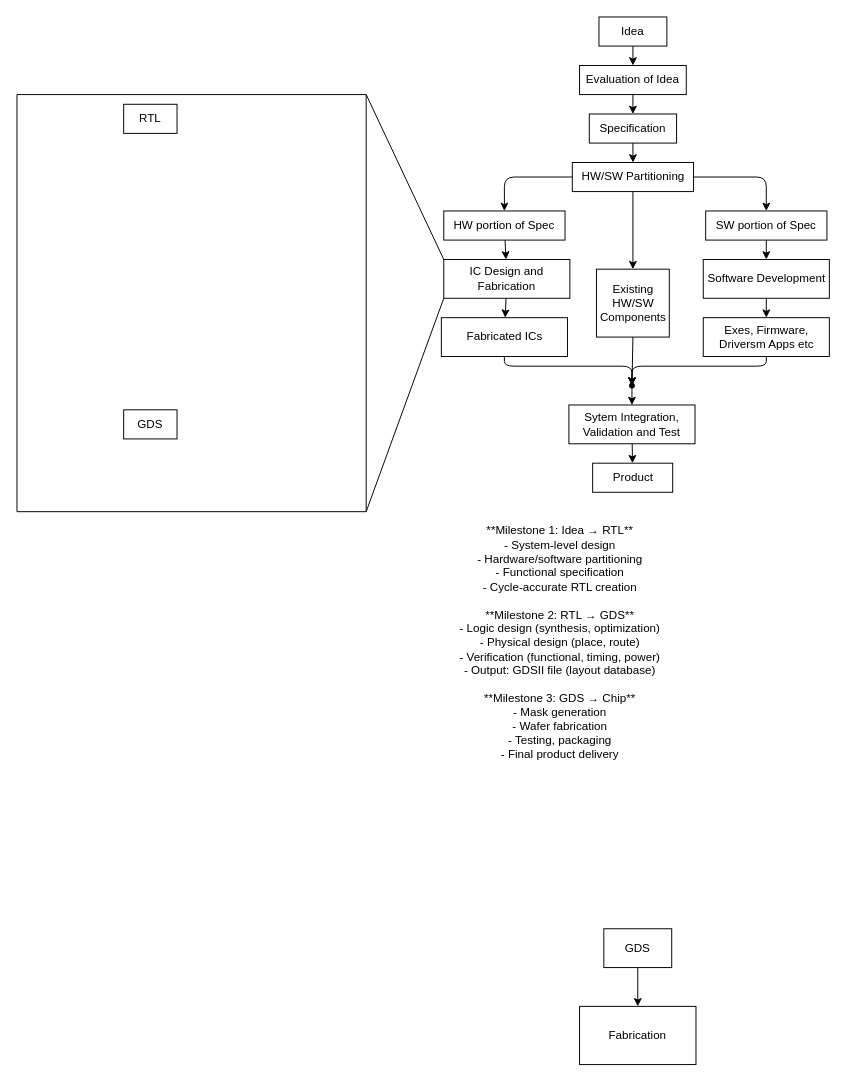
Earlier version of the draw.io diagram notes/VLSI/assets/diagrams/vlsi-flow.drawio (sanka-p/comp-architecture). Source tidied: cells renumbered, new cells numbered last; positions are measured from the earlier drawing's top-left corner, leaving out a move shared by most shapes. Both pictures are drawn from the tidied source at 97%, with x=0, y=0 at pixel (16, 16).
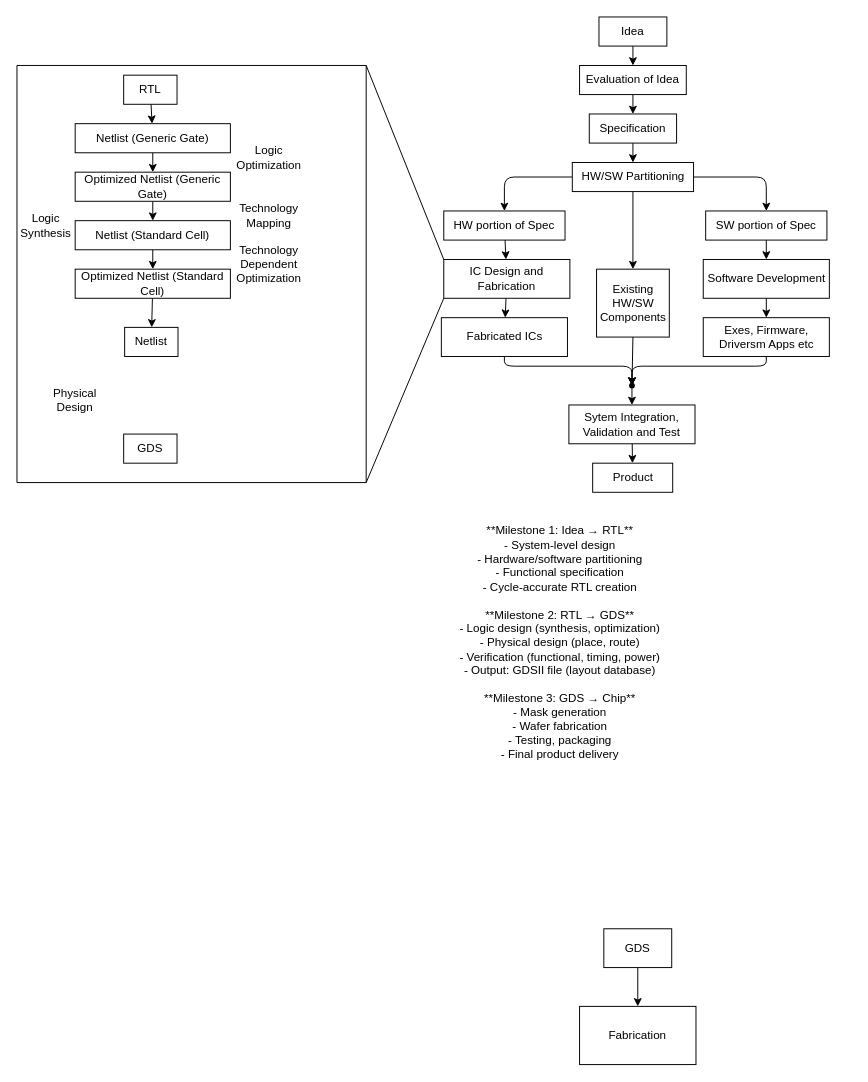
The same diagram, later.

The change refers to these unchanged cells:
```xml
<mxCell id="38" value="RTL" style="rounded=0;whiteSpace=wrap;html=1;" parent="37" vertex="1">
  <mxGeometry x="110" y="10" width="55" height="30" as="geometry" />
</mxCell>
```

The edit, as a diff of the source:
```diff
@@
     <mxCell id="37" style="swimlane;startSize=0;" parent="1" vertex="1">
-      <mxGeometry y="80" width="360" height="430" as="geometry" />
+      <mxGeometry y="50" width="360" height="430" as="geometry" />
     </mxCell>
+    <mxCell id="40" style="edgeStyle=none;html=1;" parent="37" edge="1" source="38" target="44">
+      <mxGeometry relative="1" as="geometry" />
+    </mxCell>
@@
     <mxCell id="39" value="GDS" style="rounded=0;whiteSpace=wrap;html=1;" parent="37" vertex="1">
-      <mxGeometry x="110" y="325" width="55" height="30" as="geometry" />
+      <mxGeometry x="110" y="380" width="55" height="30" as="geometry" />
     </mxCell>
+    <mxCell id="41" value="Netlist" style="rounded=0;whiteSpace=wrap;html=1;" parent="37" vertex="1">
+      <mxGeometry x="111" y="270" width="55" height="30" as="geometry" />
+    </mxCell>
+    <mxCell id="42" value="Physical Design" style="text;html=1;align=center;verticalAlign=middle;whiteSpace=wrap;rounded=0;" parent="37" vertex="1">
+      <mxGeometry x="30" y="330" width="60" height="30" as="geometry" />
+    </mxCell>
+    <mxCell id="43" style="edgeStyle=none;html=1;exitX=0.5;exitY=1;exitDx=0;exitDy=0;entryX=0.5;entryY=0;entryDx=0;entryDy=0;" parent="37" edge="1" source="44" target="46">
+      <mxGeometry relative="1" as="geometry" />
+    </mxCell>
+    <mxCell id="44" value="Netlist (Generic Gate)" style="rounded=0;whiteSpace=wrap;html=1;" parent="37" vertex="1">
+      <mxGeometry x="60" y="60" width="160" height="30" as="geometry" />
+    </mxCell>
+    <mxCell id="45" style="edgeStyle=none;html=1;exitX=0.5;exitY=1;exitDx=0;exitDy=0;entryX=0.5;entryY=0;entryDx=0;entryDy=0;" parent="37" edge="1" source="46" target="48">
+      <mxGeometry relative="1" as="geometry" />
+    </mxCell>
+    <mxCell id="46" value="Optimized Netlist (Generic Gate)" style="rounded=0;whiteSpace=wrap;html=1;" parent="37" vertex="1">
+      <mxGeometry x="60" y="110" width="160" height="30" as="geometry" />
+    </mxCell>
+    <mxCell id="47" style="edgeStyle=none;html=1;exitX=0.5;exitY=1;exitDx=0;exitDy=0;entryX=0.5;entryY=0;entryDx=0;entryDy=0;" parent="37" edge="1" source="48" target="50">
+      <mxGeometry relative="1" as="geometry" />
+    </mxCell>
+    <mxCell id="48" value="Netlist (Standard Cell)" style="rounded=0;whiteSpace=wrap;html=1;" parent="37" vertex="1">
+      <mxGeometry x="60" y="160" width="160" height="30" as="geometry" />
+    </mxCell>
+    <mxCell id="49" style="edgeStyle=none;html=1;" parent="37" edge="1" source="50" target="41">
+      <mxGeometry relative="1" as="geometry" />
+    </mxCell>
+    <mxCell id="50" value="Optimized Netlist (Standard Cell)" style="rounded=0;whiteSpace=wrap;html=1;" parent="37" vertex="1">
+      <mxGeometry x="60" y="210" width="160" height="30" as="geometry" />
+    </mxCell>
+    <mxCell id="51" value="Logic Optimization" style="text;html=1;align=center;verticalAlign=middle;whiteSpace=wrap;rounded=0;" parent="37" vertex="1">
+      <mxGeometry x="230" y="80" width="60" height="30" as="geometry" />
+    </mxCell>
+    <mxCell id="52" value="Technology Mapping" style="text;html=1;align=center;verticalAlign=middle;whiteSpace=wrap;rounded=0;" parent="37" vertex="1">
+      <mxGeometry x="230" y="140" width="60" height="30" as="geometry" />
+    </mxCell>
+    <mxCell id="53" value="Technology Dependent Optimization" style="text;html=1;align=center;verticalAlign=middle;whiteSpace=wrap;rounded=0;" parent="37" vertex="1">
+      <mxGeometry x="230" y="190" width="60" height="30" as="geometry" />
+    </mxCell>
+    <mxCell id="54" value="Logic Synthesis" style="text;html=1;align=center;verticalAlign=middle;whiteSpace=wrap;rounded=0;" parent="37" vertex="1">
+      <mxGeometry y="150" width="60" height="30" as="geometry" />
+    </mxCell>
```
